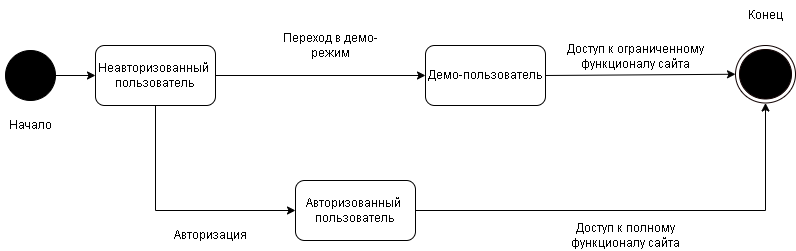
This is documentation/diagrams/Statechart_diagram_user.png from money-pie/moneypie, a draw.io export, as it was before one commit. Source tidied: cells renumbered, new cells last; positions are measured from the earlier drawing's top-left corner, leaving out a move shared by most shapes.
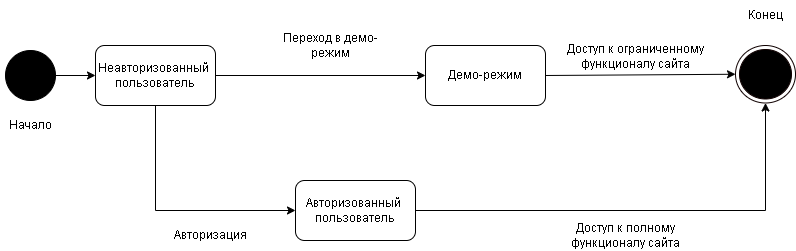
Above is the later version.

Change to the diagram source:
```diff
@@ -8,7 +8,7 @@
     <mxCell id="3" value="Начало" style="text;html=1;strokeColor=none;fillColor=none;align=center;verticalAlign=middle;whiteSpace=wrap;rounded=0;" parent="1" vertex="1">
       <mxGeometry y="110" width="60" height="30" as="geometry" />
     </mxCell>
-    <mxCell id="4" value="Демо-пользователь" style="rounded=1;whiteSpace=wrap;html=1;" parent="1" vertex="1">
+    <mxCell id="4" value="Демо-режим" style="rounded=1;whiteSpace=wrap;html=1;" parent="1" vertex="1">
       <mxGeometry x="425" y="45" width="120" height="60" as="geometry" />
     </mxCell>
     <mxCell id="5" value="Авторизованный&amp;nbsp;&lt;br&gt;пользователь" style="rounded=1;whiteSpace=wrap;html=1;" parent="1" vertex="1">
```
